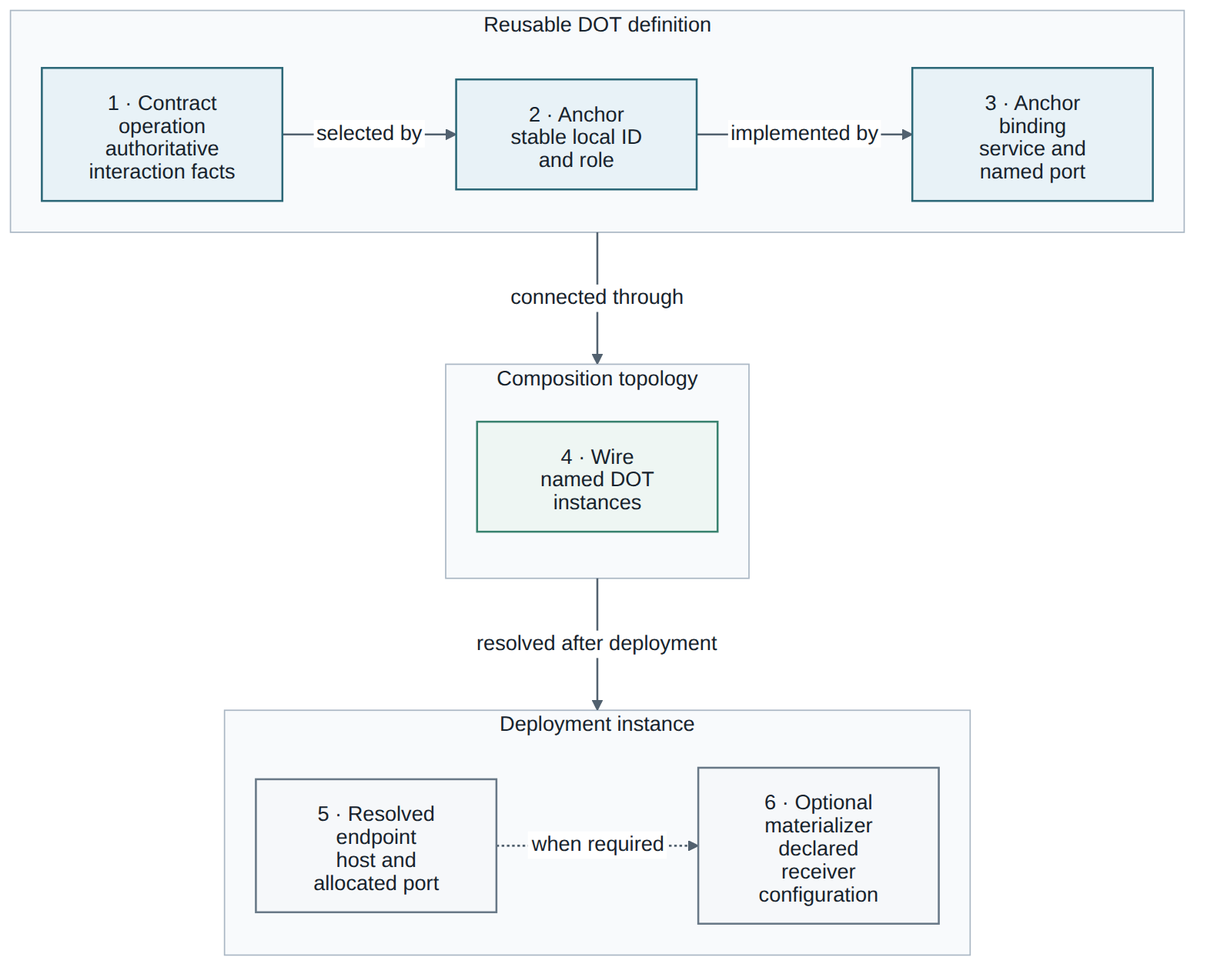
The Mermaid diagram DOT-Design/next/dot-design/_images/diagrams/contract-anchor-wire-chain.png in MARE-EU-Project/DOT-Docs, before a commit. Its source is kept beside it as DOT-Design/next/dot-design/_attachments/diagrams/contract-anchor-wire-chain.mmd.
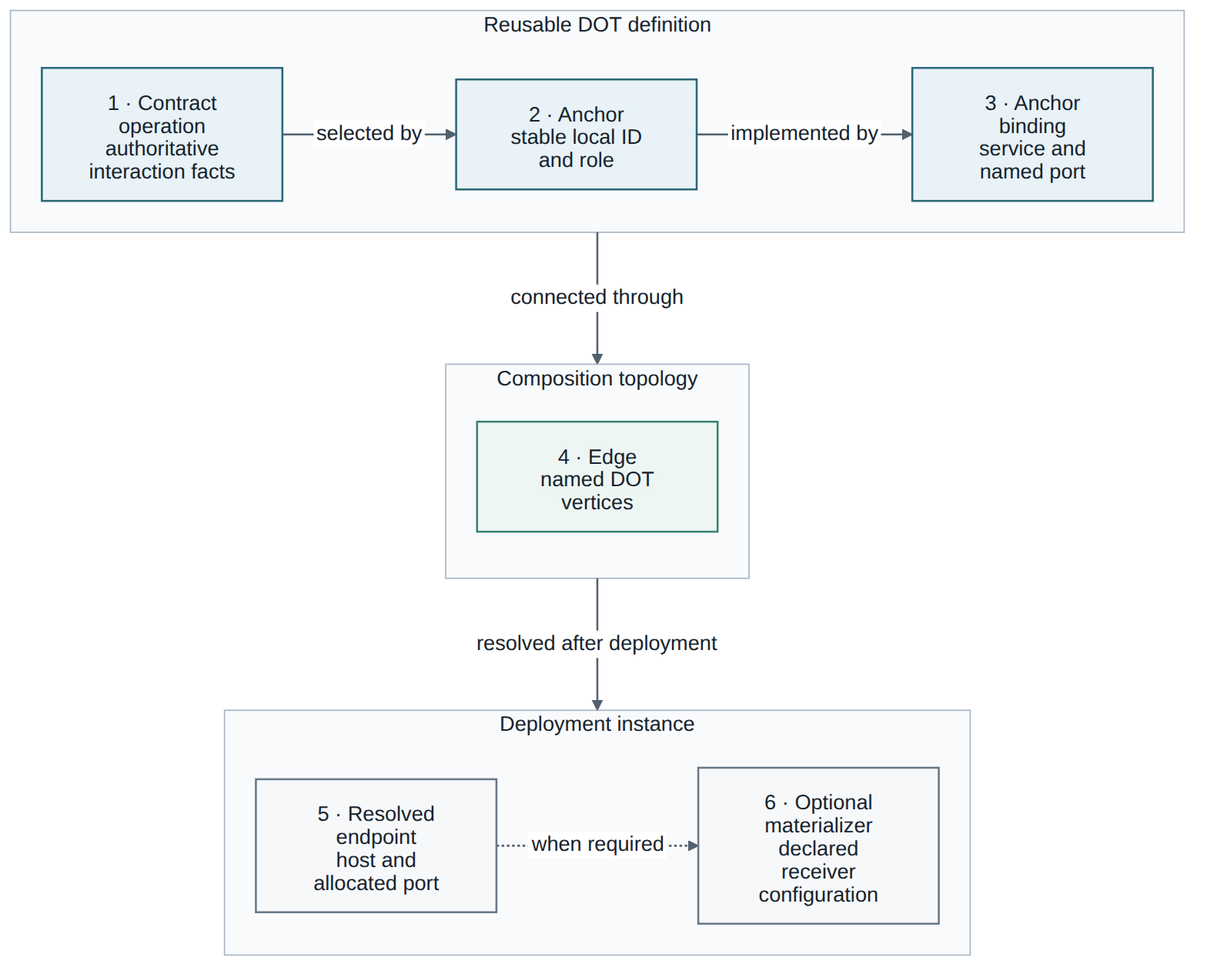
The same diagram one commit later.

The edit, as a diff of the source:
```diff
@@ -1,6 +1,6 @@
 flowchart TB
   accTitle: Contract to runtime connection chain
-  accDescr: Contract semantics are selected by a stable Anchor, implemented by a service-port binding, connected by a composition wire, and resolved to a runtime endpoint with an optional configuration materializer.
+  accDescr: Contract semantics are selected by a stable Anchor, implemented by a service-port binding, connected by a composition edge, and resolved to a runtime endpoint with an optional configuration materializer.
 
   subgraph Definition["Reusable DOT definition"]
     direction LR
@@ -12,7 +12,7 @@
   end
 
   subgraph Topology["Composition topology"]
-    Wire["4 · Wire<br/>named DOT instances"]
+    Edge["4 · Edge<br/>named DOT vertices"]
   end
 
   subgraph Runtime["Deployment instance"]
@@ -29,5 +29,5 @@
   classDef topology fill:#eef6f3,stroke:#39826f,color:#17232d,stroke-width:1.5px;
   classDef runtime fill:#f6f8fa,stroke:#687887,color:#17232d,stroke-width:1.5px;
   class Contract,Anchor,Binding definition;
-  class Wire topology;
+  class Edge topology;
   class Endpoint,Materializer runtime;
```
